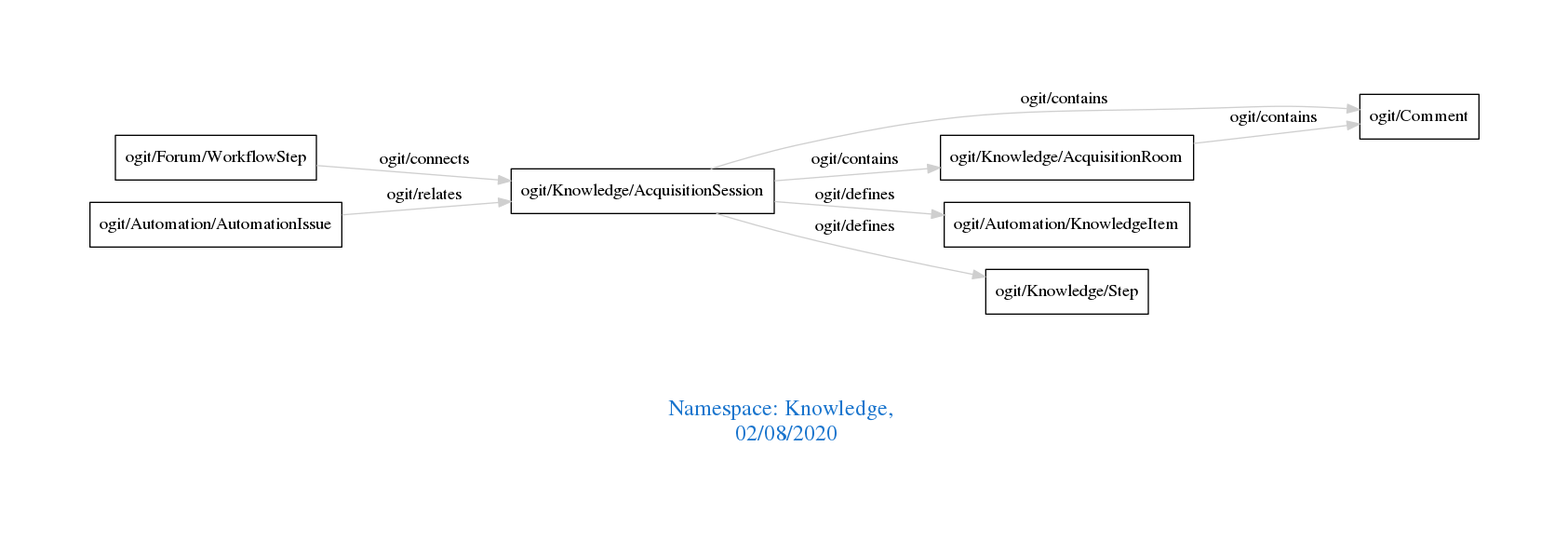
Above: downloads/Knowledge.png in arago/OGIT (Graphviz), before the change. Its source is kept beside it as downloads/Knowledge.dot.
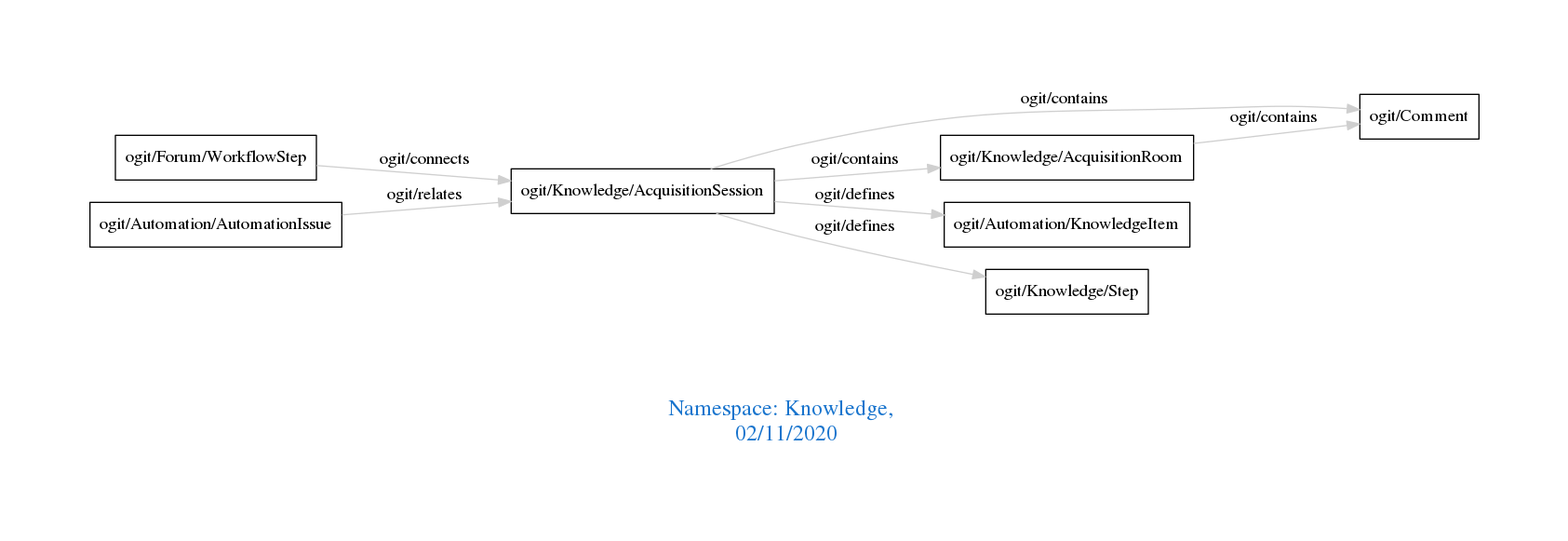
After the change.

The edit, as a diff of the source:
```diff
@@ -1,7 +1,7 @@
 digraph OGIT_ontology {
  graph [ rankdir= LR,pad=1
 fontsize = 18,
-fontcolor= dodgerblue3,label = "\n\n\nNamespace: Knowledge, \n 02/08/2020"];
+fontcolor= dodgerblue3,label = "\n\n\nNamespace: Knowledge, \n 02/11/2020"];
 node[shape=polygon];
 edge [  color="gray81"];
 
```
